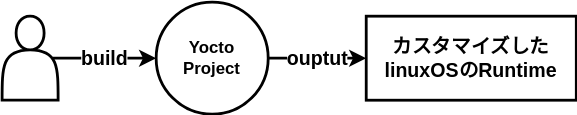
Above: manual/docs/01-yocto-and-poky/images/inout.drawio.svg in AngryMane/yocto-learning (draw.io), before the change. Source tidied: cells renumbered, new cells last; positions are measured from the earlier drawing's top-left corner, leaving out a move shared by most shapes. Its diagram source:
```xml
<mxGraphModel>
  <root>
    <mxCell id="0" />
    <mxCell id="1" parent="0" />
    <mxCell id="2" value="ouptut" style="edgeStyle=none;html=1;exitX=1;exitY=0.5;exitDx=0;exitDy=0;entryX=0;entryY=0.5;entryDx=0;entryDy=0;fontSize=14;strokeWidth=2;fontStyle=1;" parent="1" edge="1" source="3" target="6">
      <mxGeometry relative="1" as="geometry" />
    </mxCell>
    <mxCell id="3" value="Yocto&lt;br&gt;Project" style="ellipse;whiteSpace=wrap;html=1;fontStyle=1;strokeWidth=2;" parent="1" vertex="1">
      <mxGeometry x="110" width="80" height="80" as="geometry" />
    </mxCell>
    <mxCell id="4" value="build" style="edgeStyle=none;html=1;exitX=0.9;exitY=0.5;exitDx=0;exitDy=0;exitPerimeter=0;entryX=0;entryY=0.5;entryDx=0;entryDy=0;strokeWidth=2;fontStyle=1;fontSize=14;" parent="1" edge="1" source="5" target="3">
      <mxGeometry relative="1" as="geometry" />
    </mxCell>
    <mxCell id="5" style="shape=actor;whiteSpace=wrap;html=1;strokeWidth=2;" parent="1" vertex="1">
      <mxGeometry y="10" width="40" height="60" as="geometry" />
    </mxCell>
    <mxCell id="6" value="カスタマイズしたlinuxOSのRuntime" style="rounded=0;whiteSpace=wrap;html=1;fontSize=14;strokeWidth=2;fontStyle=1;" parent="1" vertex="1">
      <mxGeometry x="260" y="10" width="150" height="60" as="geometry" />
    </mxCell>
  </root>
</mxGraphModel>
```
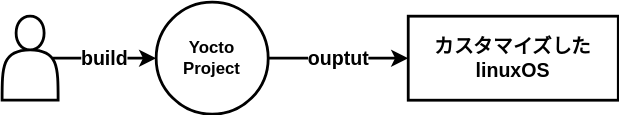
Above is the later version.

The edit, as a diff of the source:
```diff
@@ -14,8 +14,8 @@
     <mxCell id="5" style="shape=actor;whiteSpace=wrap;html=1;strokeWidth=2;" parent="1" vertex="1">
       <mxGeometry y="10" width="40" height="60" as="geometry" />
     </mxCell>
-    <mxCell id="6" value="カスタマイズしたlinuxOSのRuntime" style="rounded=0;whiteSpace=wrap;html=1;fontSize=14;strokeWidth=2;fontStyle=1;" parent="1" vertex="1">
-      <mxGeometry x="260" y="10" width="150" height="60" as="geometry" />
+    <mxCell id="6" value="カスタマイズしたlinuxOS" style="rounded=0;whiteSpace=wrap;html=1;fontSize=14;strokeWidth=2;fontStyle=1;" parent="1" vertex="1">
+      <mxGeometry x="290" y="10" width="150" height="60" as="geometry" />
     </mxCell>
   </root>
 </mxGraphModel>
```
